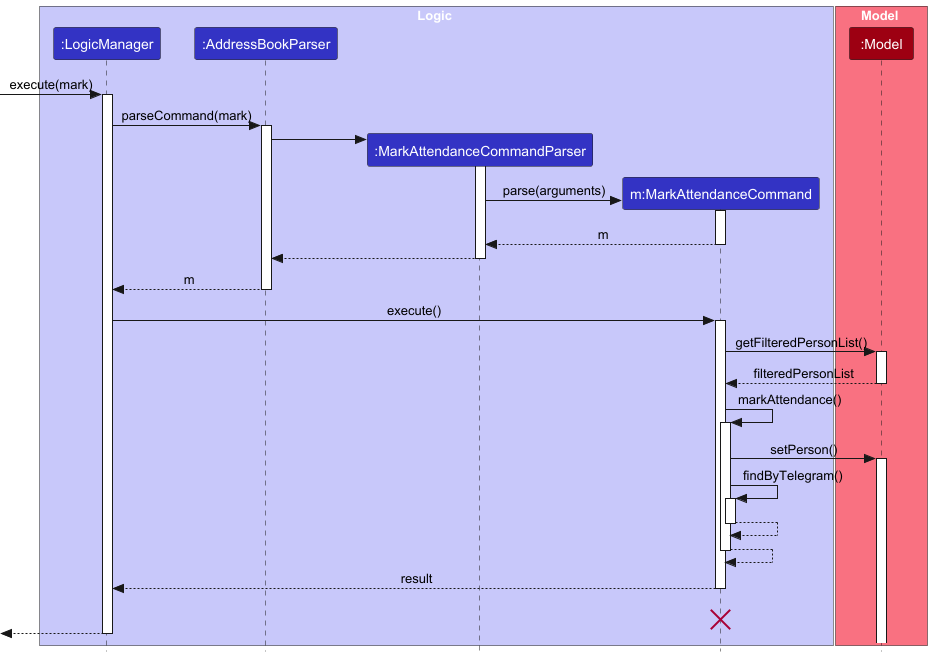
Before: docs/images/MarkAttendanceSequenceDiagram-Logic.png, a diagram exported from PlantUML (nus-cs2103-AY2425S1/tp).
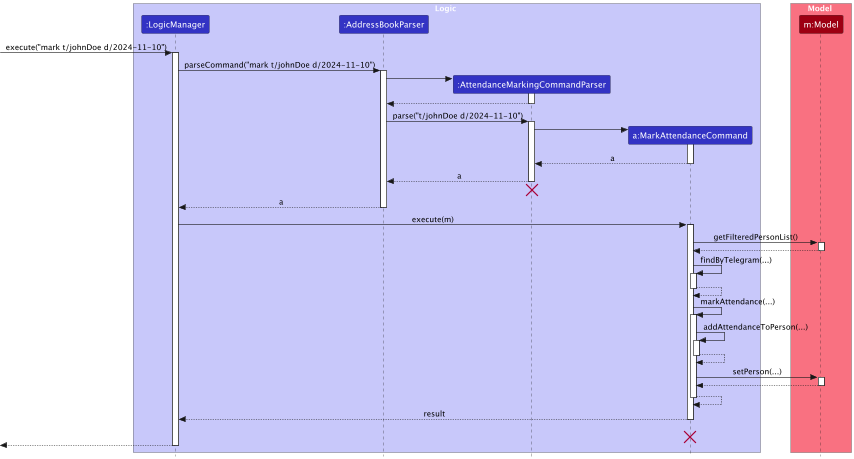
Later version of the same file.

Commit message:
Edits to sequence diagrams

The edit, as a diff of the source:
```diff
@@ -6,56 +6,74 @@
 box Logic LOGIC_COLOR_T1
 participant ":LogicManager" as LogicManager LOGIC_COLOR
 participant ":AddressBookParser" as AddressBookParser LOGIC_COLOR
-participant ":MarkAttendanceCommandParser" as MarkAttendanceCommandParser LOGIC_COLOR
-participant "m:MarkAttendanceCommand" as MarkAttendanceCommand LOGIC_COLOR
+participant ":AttendanceMarkingCommandParser" as AttendanceMarkingCommandParser LOGIC_COLOR
+participant "a:MarkAttendanceCommand" as MarkAttendanceCommand LOGIC_COLOR
 end box
 
 box Model MODEL_COLOR_T1
-participant ":Model" as Model MODEL_COLOR
+participant "m:Model" as Model MODEL_COLOR
 end box
-[-> LogicManager : execute(mark)
+[-> LogicManager : execute("mark t/johnDoe d/2024-11-10")
 activate LogicManager
 
-LogicManager -> AddressBookParser : parseCommand(mark)
+LogicManager -> AddressBookParser : parseCommand("mark t/johnDoe d/2024-11-10")
 activate AddressBookParser
 
-create MarkAttendanceCommandParser
-AddressBookParser -> MarkAttendanceCommandParser
-activate MarkAttendanceCommandParser
+create AttendanceMarkingCommandParser
+AddressBookParser -> AttendanceMarkingCommandParser
+activate AttendanceMarkingCommandParser
+
+AttendanceMarkingCommandParser --> AddressBookParser
+deactivate AttendanceMarkingCommandParser
+
+AddressBookParser -> AttendanceMarkingCommandParser : parse("t/johnDoe d/2024-11-10")
+activate AttendanceMarkingCommandParser
 
 create MarkAttendanceCommand
-MarkAttendanceCommandParser -> MarkAttendanceCommand : parse(arguments)
+AttendanceMarkingCommandParser -> MarkAttendanceCommand
 activate MarkAttendanceCommand
 
-MarkAttendanceCommand --> MarkAttendanceCommandParser : m
+MarkAttendanceCommand --> AttendanceMarkingCommandParser : a
 deactivate MarkAttendanceCommand
 
-MarkAttendanceCommandParser --> AddressBookParser
-deactivate MarkAttendanceCommandParser
+AttendanceMarkingCommandParser --> AddressBookParser : a
+deactivate AttendanceMarkingCommandParser
 
-AddressBookParser --> LogicManager : m
+AttendanceMarkingCommandParser -[hidden]-> AddressBookParser
+destroy AttendanceMarkingCommandParser
+
+AddressBookParser --> LogicManager : a
 deactivate AddressBookParser
 
-LogicManager -> MarkAttendanceCommand : execute()
+LogicManager -> MarkAttendanceCommand : execute(m)
 activate MarkAttendanceCommand
 
 MarkAttendanceCommand -> Model : getFilteredPersonList()
 activate Model
 
-Model --> MarkAttendanceCommand : filteredPersonList
+Model --> MarkAttendanceCommand
 deactivate Model
 
-MarkAttendanceCommand -> MarkAttendanceCommand : markAttendance()
-activate MarkAttendanceCommand
-
-MarkAttendanceCommand -> Model : setPerson()
-activate Model
-
-MarkAttendanceCommand -> MarkAttendanceCommand : findByTelegram()
+MarkAttendanceCommand -> MarkAttendanceCommand : findByTelegram(...)
 activate MarkAttendanceCommand
 
 MarkAttendanceCommand --> MarkAttendanceCommand
 deactivate MarkAttendanceCommand
+
+MarkAttendanceCommand -> MarkAttendanceCommand : markAttendance(...)
+activate MarkAttendanceCommand
+
+MarkAttendanceCommand -> MarkAttendanceCommand : addAttendanceToPerson(...)
+activate MarkAttendanceCommand
+
+MarkAttendanceCommand --> MarkAttendanceCommand
+deactivate MarkAttendanceCommand
+
+MarkAttendanceCommand -> Model : setPerson(...)
+activate Model
+
+Model --> MarkAttendanceCommand
+deactivate Model
 
 MarkAttendanceCommand --> MarkAttendanceCommand
 deactivate MarkAttendanceCommand
```
